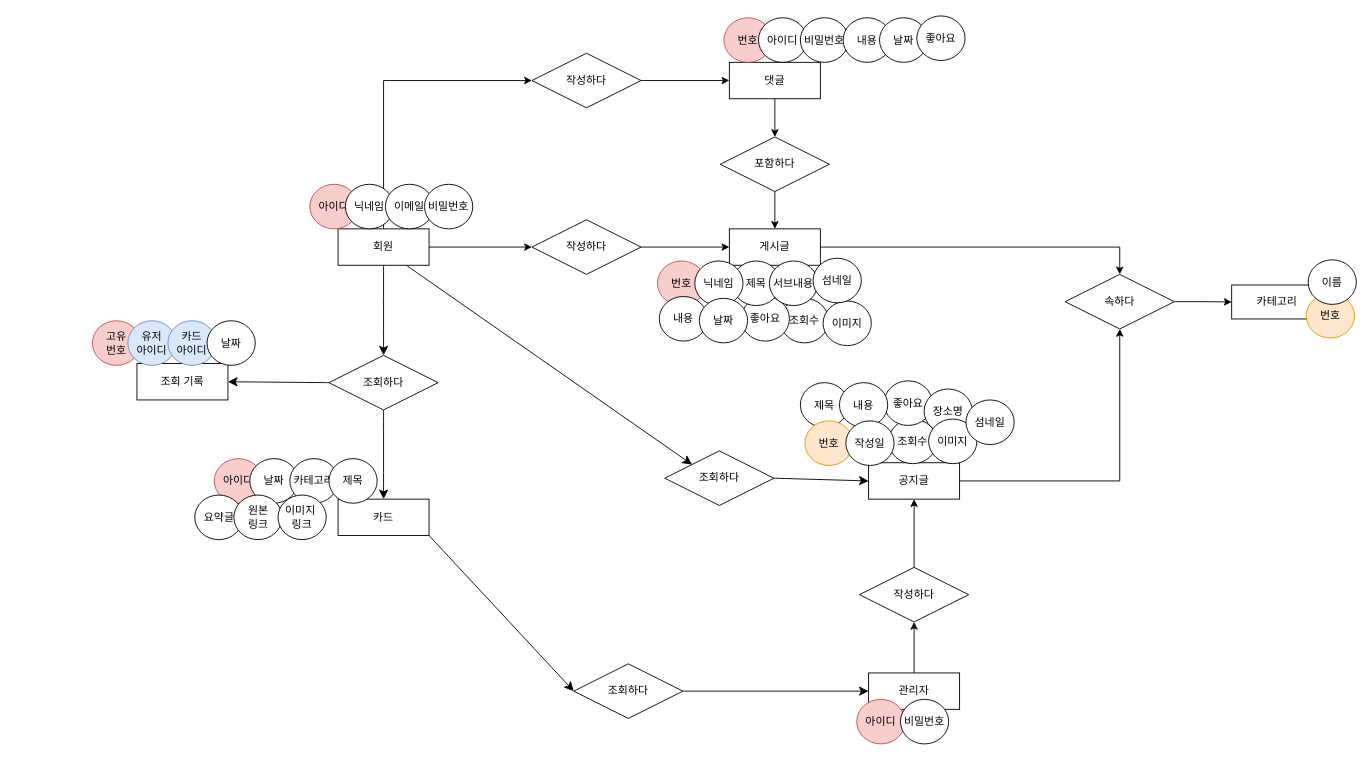
The draw.io diagram 2조_홀로데이_EDR.drawio in 2023240298-ctrl/semi-project-holoday, before the edit. Source tidied: cells renumbered, new cells numbered last; positions are measured from the earlier drawing's top-left corner, leaving out a move shared by most shapes. Both pictures are drawn from the tidied source at 91%, with x=0, y=0 at pixel (92, 15).
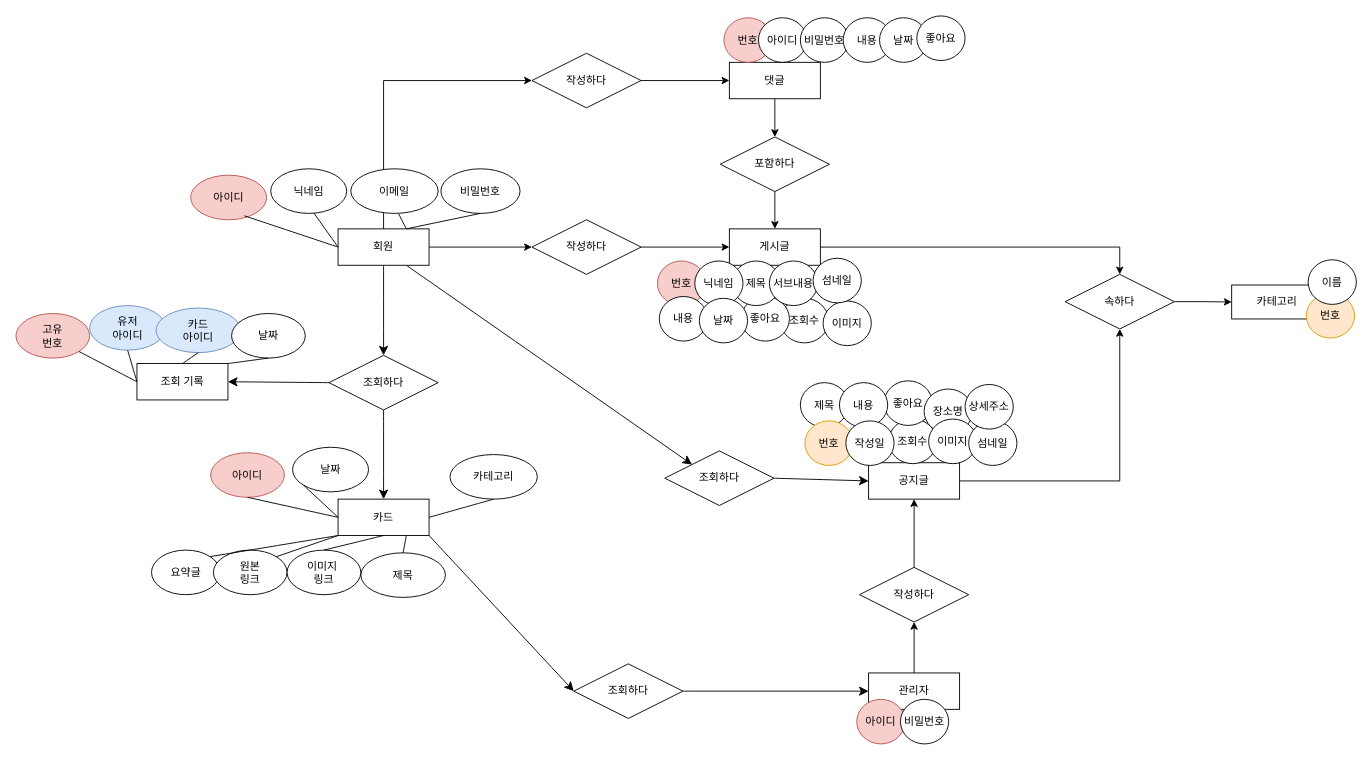
The same diagram, later.

Commit message:
2조_홀로데이_EDR.drawio 업데이트

The change refers to these unchanged cells:
```xml
<mxCell id="6" value="회원" style="whiteSpace=wrap;html=1;align=center;" parent="1" vertex="1">
  <mxGeometry x="270" y="234" width="100" height="40" as="geometry" />
</mxCell>
<mxCell id="53" value="카드" style="whiteSpace=wrap;html=1;align=center;" parent="1" vertex="1">
  <mxGeometry x="270" y="531" width="100" height="40" as="geometry" />
</mxCell>
<mxCell id="54" value="조회 기록" style="whiteSpace=wrap;html=1;align=center;" parent="1" vertex="1">
  <mxGeometry x="49" y="382" width="100" height="40" as="geometry" />
</mxCell>
```

What changed in the source:
```diff
@@
     <mxCell id="9" value="아이디" style="ellipse;whiteSpace=wrap;html=1;align=center;fillColor=#f8cecc;strokeColor=#b85450;" parent="1" vertex="1">
-      <mxGeometry x="239" y="185" width="53" height="49" as="geometry" />
+      <mxGeometry x="108" y="175" width="83.5" height="49" as="geometry" />
     </mxCell>
     <mxCell id="10" value="닉네임" style="ellipse;whiteSpace=wrap;html=1;align=center;" parent="1" vertex="1">
-      <mxGeometry x="278" y="185" width="53" height="49" as="geometry" />
+      <mxGeometry x="196" y="168" width="83.5" height="49" as="geometry" />
     </mxCell>
     <mxCell id="11" value="이메일" style="ellipse;whiteSpace=wrap;html=1;align=center;" parent="1" vertex="1">
-      <mxGeometry x="322" y="185" width="53" height="49" as="geometry" />
+      <mxGeometry x="284" y="168" width="96" height="49" as="geometry" />
     </mxCell>
     <mxCell id="12" value="비밀번호" style="ellipse;whiteSpace=wrap;html=1;align=center;" parent="1" vertex="1">
-      <mxGeometry x="365" y="185" width="53" height="49" as="geometry" />
+      <mxGeometry x="383" y="168" width="87" height="49" as="geometry" />
     </mxCell>
@@
     <mxCell id="62" value="고유&lt;div&gt;번호&lt;/div&gt;" style="ellipse;whiteSpace=wrap;html=1;align=center;fillColor=#f8cecc;strokeColor=#b85450;" parent="1" vertex="1">
-      <mxGeometry y="335" width="53" height="49" as="geometry" />
+      <mxGeometry x="-84" y="327" width="81" height="49" as="geometry" />
     </mxCell>
     <mxCell id="63" value="유저&lt;div&gt;아이디&lt;/div&gt;" style="ellipse;whiteSpace=wrap;html=1;align=center;fillColor=#dae8fc;strokeColor=#6c8ebf;" parent="1" vertex="1">
-      <mxGeometry x="39" y="335" width="53" height="49" as="geometry" />
+      <mxGeometry x="-3" y="318.3" width="83.5" height="49" as="geometry" />
     </mxCell>
     <mxCell id="64" value="카드&lt;div&gt;아이디&lt;/div&gt;" style="ellipse;whiteSpace=wrap;html=1;align=center;fillColor=#dae8fc;strokeColor=#6c8ebf;" parent="1" vertex="1">
-      <mxGeometry x="83" y="335" width="53" height="49" as="geometry" />
+      <mxGeometry x="70" y="321" width="93" height="49" as="geometry" />
     </mxCell>
     <mxCell id="65" value="날짜" style="ellipse;whiteSpace=wrap;html=1;align=center;" parent="1" vertex="1">
-      <mxGeometry x="126" y="335" width="53" height="49" as="geometry" />
+      <mxGeometry x="153" y="327" width="81" height="49" as="geometry" />
     </mxCell>
     <mxCell id="66" value="아이디" style="ellipse;whiteSpace=wrap;html=1;align=center;fillColor=#f8cecc;strokeColor=#b85450;" parent="1" vertex="1">
-      <mxGeometry x="134" y="486.5" width="53" height="49" as="geometry" />
+      <mxGeometry x="130" y="480" width="81" height="49" as="geometry" />
     </mxCell>
     <mxCell id="67" value="날짜" style="ellipse;whiteSpace=wrap;html=1;align=center;" parent="1" vertex="1">
-      <mxGeometry x="173" y="486.5" width="53" height="49" as="geometry" />
+      <mxGeometry x="220" y="474" width="83.5" height="49" as="geometry" />
     </mxCell>
     <mxCell id="68" value="카테고리" style="ellipse;whiteSpace=wrap;html=1;align=center;" parent="1" vertex="1">
-      <mxGeometry x="217" y="486.5" width="53" height="49" as="geometry" />
+      <mxGeometry x="393" y="482" width="96" height="49" as="geometry" />
     </mxCell>
     <mxCell id="69" value="제목" style="ellipse;whiteSpace=wrap;html=1;align=center;" parent="1" vertex="1">
-      <mxGeometry x="260" y="486.5" width="53" height="49" as="geometry" />
+      <mxGeometry x="295" y="590" width="93" height="49" as="geometry" />
     </mxCell>
     <mxCell id="70" value="요약글" style="ellipse;whiteSpace=wrap;html=1;align=center;" parent="1" vertex="1">
-      <mxGeometry x="112.5" y="526.5" width="53" height="49" as="geometry" />
+      <mxGeometry x="65" y="587" width="75.5" height="49" as="geometry" />
     </mxCell>
     <mxCell id="71" value="원본&lt;div&gt;링크&lt;/div&gt;" style="ellipse;whiteSpace=wrap;html=1;align=center;" parent="1" vertex="1">
-      <mxGeometry x="155.5" y="526.5" width="53" height="49" as="geometry" />
+      <mxGeometry x="133" y="587" width="81" height="49" as="geometry" />
     </mxCell>
     <mxCell id="72" value="이미지&amp;nbsp;&lt;div&gt;링크&lt;/div&gt;" style="ellipse;whiteSpace=wrap;html=1;align=center;" parent="1" vertex="1">
-      <mxGeometry x="204" y="526.5" width="53" height="49" as="geometry" />
+      <mxGeometry x="214" y="587" width="81" height="49" as="geometry" />
     </mxCell>
@@
     <mxCell id="77" value="섬네일" style="ellipse;whiteSpace=wrap;html=1;align=center;" parent="1" vertex="1">
-      <mxGeometry x="960" y="422" width="53" height="49" as="geometry" />
+      <mxGeometry x="963" y="445" width="53" height="49" as="geometry" />
     </mxCell>
@@
+    <mxCell id="80" value="상세주소" style="ellipse;whiteSpace=wrap;html=1;align=center;" parent="1" vertex="1">
+      <mxGeometry x="959" y="405" width="53" height="49" as="geometry" />
+    </mxCell>
+    <mxCell id="81" style="edgeStyle=none;curved=1;rounded=0;jettySize=auto;html=1;exitX=0;exitY=0.5;exitDx=0;exitDy=0;entryX=0.5;entryY=1;entryDx=0;entryDy=0;fontSize=12;startSize=8;endSize=8;endArrow=none;endFill=0;" parent="1" edge="1" source="53" target="66">
+      <mxGeometry relative="1" as="geometry" />
+    </mxCell>
+    <mxCell id="82" style="edgeStyle=none;curved=1;rounded=0;jettySize=auto;html=1;exitX=0;exitY=1;exitDx=0;exitDy=0;entryX=0;entryY=0.5;entryDx=0;entryDy=0;fontSize=12;startSize=8;endSize=8;endArrow=none;endFill=0;" parent="1" edge="1" source="67" target="53">
+      <mxGeometry relative="1" as="geometry" />
+    </mxCell>
+    <mxCell id="83" style="edgeStyle=none;curved=1;rounded=0;jettySize=auto;html=1;exitX=1;exitY=0.5;exitDx=0;exitDy=0;entryX=0.5;entryY=1;entryDx=0;entryDy=0;fontSize=12;startSize=8;endSize=8;endArrow=none;endFill=0;" parent="1" edge="1" source="53" target="68">
+      <mxGeometry relative="1" as="geometry" />
+    </mxCell>
+    <mxCell id="84" style="edgeStyle=none;curved=1;rounded=0;jettySize=auto;html=1;exitX=0.75;exitY=1;exitDx=0;exitDy=0;entryX=0.5;entryY=0;entryDx=0;entryDy=0;fontSize=12;startSize=8;endSize=8;endArrow=none;endFill=0;" parent="1" edge="1" source="53" target="69">
+      <mxGeometry relative="1" as="geometry" />
+    </mxCell>
+    <mxCell id="85" style="edgeStyle=none;curved=1;rounded=0;jettySize=auto;html=1;exitX=0.5;exitY=1;exitDx=0;exitDy=0;entryX=0.5;entryY=0;entryDx=0;entryDy=0;fontSize=12;startSize=8;endSize=8;endArrow=none;endFill=0;" parent="1" edge="1" source="53" target="72">
+      <mxGeometry relative="1" as="geometry" />
+    </mxCell>
+    <mxCell id="86" style="edgeStyle=none;curved=1;rounded=0;jettySize=auto;html=1;exitX=0;exitY=1;exitDx=0;exitDy=0;entryX=1;entryY=0;entryDx=0;entryDy=0;fontSize=12;startSize=8;endSize=8;endArrow=none;endFill=0;" parent="1" edge="1" source="53" target="71">
+      <mxGeometry relative="1" as="geometry" />
+    </mxCell>
+    <mxCell id="87" style="edgeStyle=none;curved=1;rounded=0;jettySize=auto;html=1;exitX=0;exitY=1;exitDx=0;exitDy=0;entryX=1;entryY=0;entryDx=0;entryDy=0;fontSize=12;startSize=8;endSize=8;endArrow=none;endFill=0;" parent="1" edge="1" source="53" target="70">
+      <mxGeometry relative="1" as="geometry" />
+    </mxCell>
+    <mxCell id="88" style="edgeStyle=none;curved=1;rounded=0;jettySize=auto;html=1;exitX=0;exitY=0.5;exitDx=0;exitDy=0;entryX=1;entryY=1;entryDx=0;entryDy=0;fontSize=12;startSize=8;endSize=8;endArrow=none;endFill=0;" parent="1" edge="1" source="54" target="62">
+      <mxGeometry relative="1" as="geometry" />
+    </mxCell>
+    <mxCell id="89" style="edgeStyle=none;curved=1;rounded=0;jettySize=auto;html=1;exitX=0;exitY=0.5;exitDx=0;exitDy=0;entryX=0.5;entryY=1;entryDx=0;entryDy=0;fontSize=12;startSize=8;endSize=8;endArrow=none;endFill=0;" parent="1" edge="1" source="54" target="63">
+      <mxGeometry relative="1" as="geometry" />
+    </mxCell>
+    <mxCell id="90" style="edgeStyle=none;curved=1;rounded=0;jettySize=auto;html=1;exitX=0.5;exitY=0;exitDx=0;exitDy=0;entryX=0.5;entryY=1;entryDx=0;entryDy=0;fontSize=12;startSize=8;endSize=8;endArrow=none;endFill=0;" parent="1" edge="1" source="54" target="64">
+      <mxGeometry relative="1" as="geometry" />
+    </mxCell>
+    <mxCell id="91" style="edgeStyle=none;curved=1;rounded=0;jettySize=auto;html=1;exitX=1;exitY=0;exitDx=0;exitDy=0;entryX=0.5;entryY=1;entryDx=0;entryDy=0;fontSize=12;startSize=8;endSize=8;endArrow=none;endFill=0;" parent="1" edge="1" source="54" target="65">
+      <mxGeometry relative="1" as="geometry" />
+    </mxCell>
+    <mxCell id="92" style="edgeStyle=none;curved=1;rounded=0;jettySize=auto;html=1;exitX=0;exitY=0.5;exitDx=0;exitDy=0;entryX=0.707;entryY=0.911;entryDx=0;entryDy=0;fontSize=12;startSize=8;endSize=8;endArrow=none;endFill=0;entryPerimeter=0;" parent="1" edge="1" source="6" target="9">
+      <mxGeometry relative="1" as="geometry" />
+    </mxCell>
+    <mxCell id="93" style="edgeStyle=none;curved=1;rounded=0;jettySize=auto;html=1;exitX=0;exitY=0.5;exitDx=0;exitDy=0;entryX=0.57;entryY=0.998;entryDx=0;entryDy=0;fontSize=12;startSize=8;endSize=8;endArrow=none;endFill=0;entryPerimeter=0;" parent="1" edge="1" source="6" target="10">
+      <mxGeometry relative="1" as="geometry" />
+    </mxCell>
+    <mxCell id="94" style="edgeStyle=none;curved=1;rounded=0;jettySize=auto;html=1;exitX=0.75;exitY=0;exitDx=0;exitDy=0;entryX=0.549;entryY=1.012;entryDx=0;entryDy=0;fontSize=12;startSize=8;endSize=8;endArrow=none;endFill=0;entryPerimeter=0;" parent="1" edge="1" source="6" target="11">
+      <mxGeometry relative="1" as="geometry" />
+    </mxCell>
+    <mxCell id="95" style="edgeStyle=none;curved=1;rounded=0;jettySize=auto;html=1;exitX=0.75;exitY=0;exitDx=0;exitDy=0;fontSize=12;startSize=8;endSize=8;endArrow=none;endFill=0;fontStyle=1;entryX=0.5;entryY=1;entryDx=0;entryDy=0;" parent="1" edge="1" source="6" target="12">
+      <mxGeometry relative="1" as="geometry" />
+    </mxCell>
```
